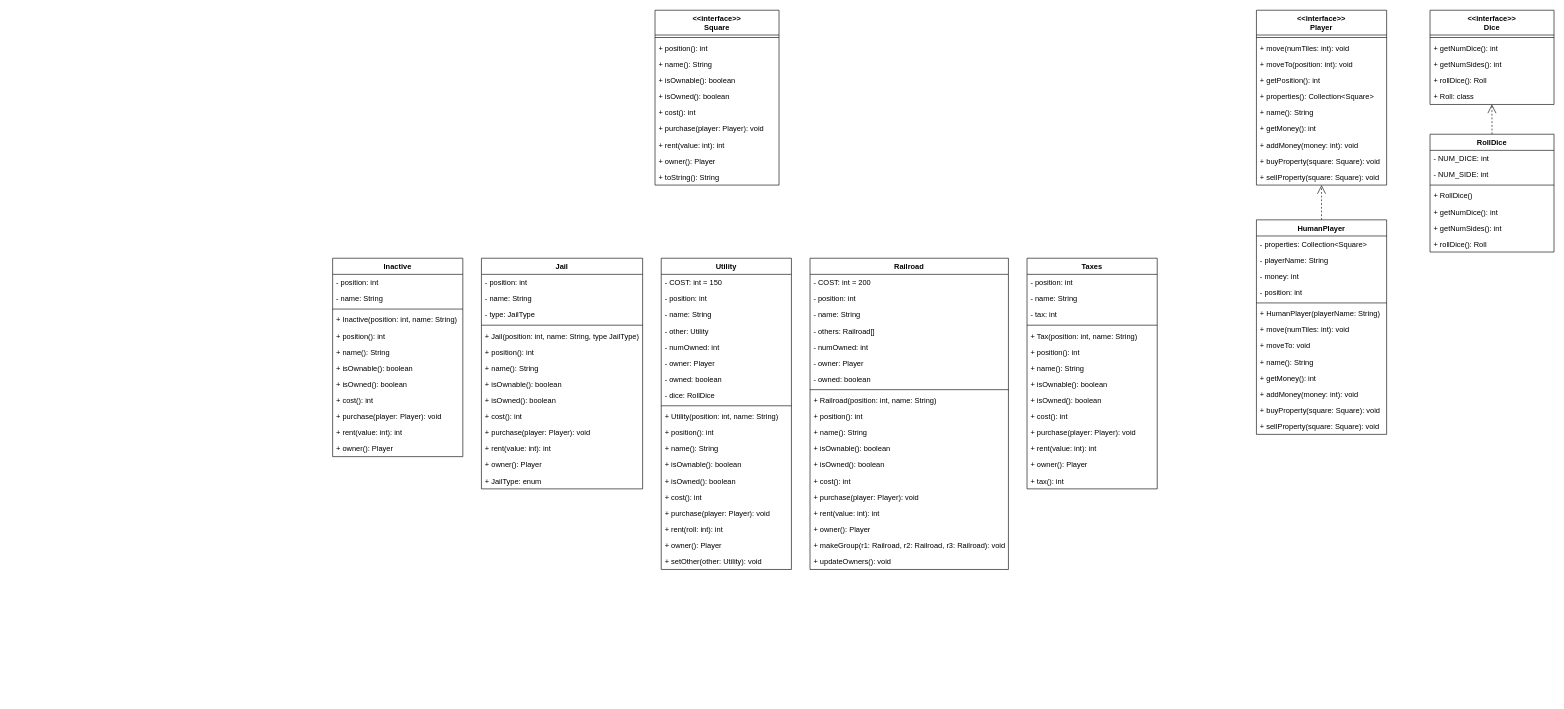
Above: M1_ClassUML.drawio in trong0dn/monopoly (draw.io), before the change. Source tidied: cells renumbered, new cells numbered last; positions are measured from the earlier drawing's top-left corner, leaving out a move shared by most shapes. Both pictures are drawn from the tidied source at 62%, with x=0, y=0 at pixel (332, 10).
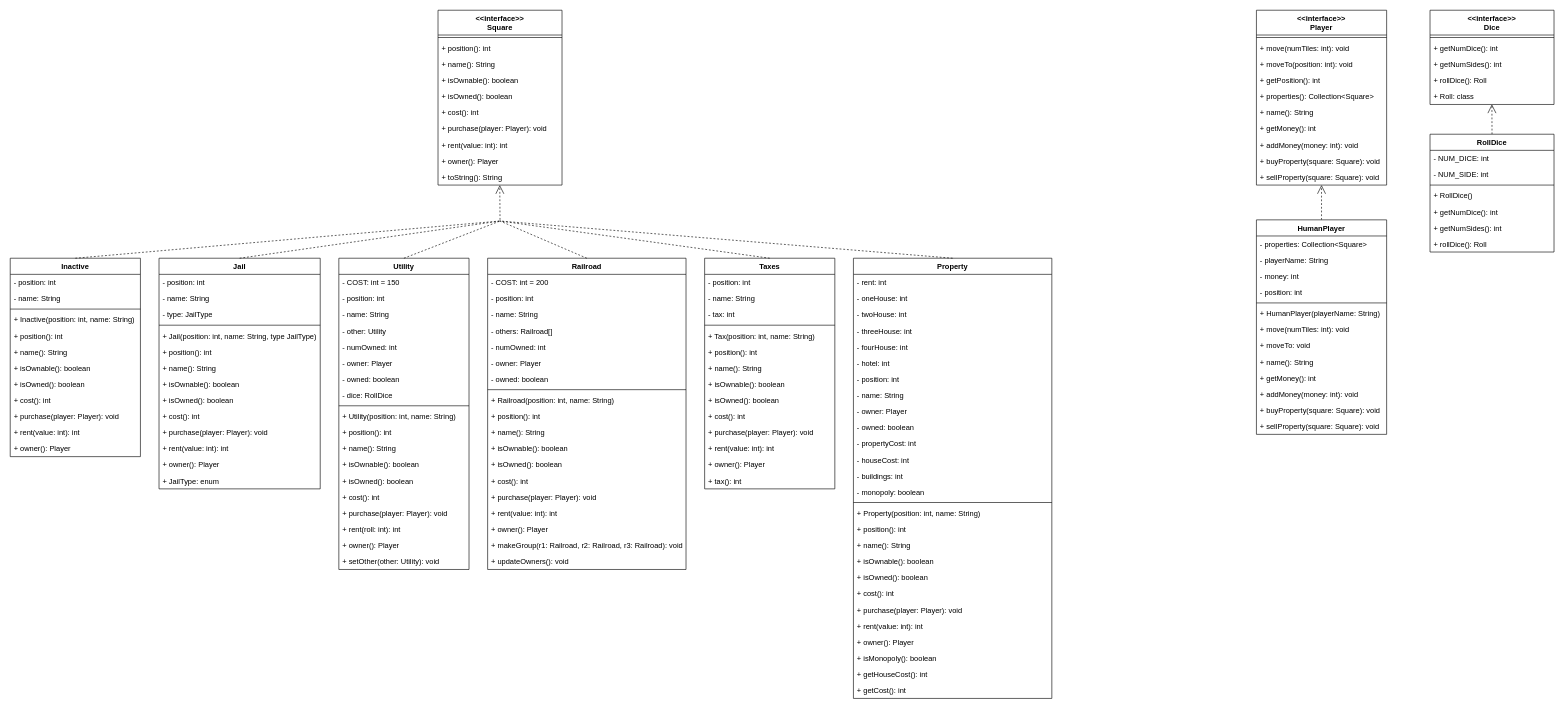
The same page after the edit.

Unchanged cells that the change refers to:
```xml
<mxCell id="7" value="+ isOwned(): boolean" style="text;strokeColor=none;fillColor=none;align=left;verticalAlign=top;spacingLeft=4;spacingRight=4;overflow=hidden;points=[[0,0.5],[1,0.5]];portConstraint=eastwest;" parent="2" vertex="1">
  <mxGeometry y="126" width="200" height="26" as="geometry" />
</mxCell>
<mxCell id="12" value="+ toString(): String" style="text;strokeColor=none;fillColor=none;align=left;verticalAlign=top;spacingLeft=4;spacingRight=4;overflow=hidden;points=[[0,0.5],[1,0.5]];portConstraint=eastwest;" parent="2" vertex="1">
  <mxGeometry y="256" width="200" height="26" as="geometry" />
</mxCell>
```

Diff of the diagram source:
```diff
@@
     <mxCell id="2" value="&lt;&lt;interface&gt;&gt;&#10;Square" style="swimlane;fontStyle=1;align=center;verticalAlign=top;horizontal=1;startSize=40;" parent="1" vertex="1">
-      <mxGeometry x="520" width="200" height="282" as="geometry" />
+      <mxGeometry x="170" width="200" height="282" as="geometry" />
     </mxCell>
@@
+    <mxCell id="137" style="edgeStyle=orthogonalEdgeStyle;rounded=0;orthogonalLoop=1;jettySize=auto;html=1;exitX=1;exitY=0.5;exitDx=0;exitDy=0;" parent="2" edge="1" source="7" target="7">
+      <mxGeometry relative="1" as="geometry" />
+    </mxCell>
@@
     <mxCell id="54" value="Inactive" style="swimlane;fontStyle=1;align=center;verticalAlign=top;horizontal=1;startSize=26;" parent="1" vertex="1">
-      <mxGeometry y="400" width="210" height="320" as="geometry" />
+      <mxGeometry x="-520" y="400" width="210" height="320" as="geometry" />
     </mxCell>
@@
     <mxCell id="67" value="Utility" style="swimlane;fontStyle=1;align=center;verticalAlign=top;horizontal=1;startSize=26;" parent="1" vertex="1">
-      <mxGeometry x="530" y="400" width="210" height="502" as="geometry" />
+      <mxGeometry x="10" y="400" width="210" height="502" as="geometry" />
     </mxCell>
@@
     <mxCell id="87" value="Taxes" style="swimlane;fontStyle=1;align=center;verticalAlign=top;horizontal=1;startSize=26;" parent="1" vertex="1">
-      <mxGeometry x="1120" y="400" width="210" height="372" as="geometry" />
+      <mxGeometry x="600" y="400" width="210" height="372" as="geometry" />
     </mxCell>
@@
     <mxCell id="102" value="Railroad" style="swimlane;fontStyle=1;align=center;verticalAlign=top;horizontal=1;startSize=26;" parent="1" vertex="1">
-      <mxGeometry x="770" y="400" width="320" height="502" as="geometry" />
+      <mxGeometry x="250" y="400" width="320" height="502" as="geometry" />
     </mxCell>
@@
     <mxCell id="122" value="Jail" style="swimlane;fontStyle=1;align=center;verticalAlign=top;horizontal=1;startSize=26;" parent="1" vertex="1">
-      <mxGeometry x="240" y="400" width="260" height="372" as="geometry" />
+      <mxGeometry x="-280" y="400" width="260" height="372" as="geometry" />
     </mxCell>
@@
+    <mxCell id="138" style="endArrow=open;endSize=12;dashed=1;html=1;rounded=0;entryX=0.498;entryY=1.001;entryDx=0;entryDy=0;entryPerimeter=0;" parent="1" edge="1" target="12">
+      <mxGeometry relative="1" as="geometry">
+        <mxPoint x="270" y="338" as="sourcePoint" />
+      </mxGeometry>
+    </mxCell>
+    <mxCell id="139" style="endArrow=none;dashed=1;html=1;rounded=0;exitX=0.5;exitY=0;exitDx=0;exitDy=0;" parent="1" edge="1" source="122">
+      <mxGeometry relative="1" as="geometry">
+        <mxPoint x="270" y="340" as="targetPoint" />
+      </mxGeometry>
+    </mxCell>
+    <mxCell id="140" style="endArrow=none;dashed=1;html=1;rounded=0;exitX=0.5;exitY=0;exitDx=0;exitDy=0;" parent="1" edge="1" source="67">
+      <mxGeometry relative="1" as="geometry">
+        <mxPoint x="270" y="340" as="targetPoint" />
+      </mxGeometry>
+    </mxCell>
+    <mxCell id="141" style="endArrow=none;dashed=1;html=1;rounded=0;exitX=0.5;exitY=0;exitDx=0;exitDy=0;" parent="1" edge="1" source="102">
+      <mxGeometry relative="1" as="geometry">
+        <mxPoint x="270" y="340" as="targetPoint" />
+      </mxGeometry>
+    </mxCell>
+    <mxCell id="142" style="endArrow=none;dashed=1;html=1;rounded=0;exitX=0.5;exitY=0;exitDx=0;exitDy=0;" parent="1" edge="1" source="87">
+      <mxGeometry relative="1" as="geometry">
+        <mxPoint x="270" y="340" as="targetPoint" />
+      </mxGeometry>
+    </mxCell>
+    <mxCell id="143" style="endArrow=none;dashed=1;html=1;rounded=0;exitX=0.5;exitY=0;exitDx=0;exitDy=0;" parent="1" edge="1" source="54">
+      <mxGeometry relative="1" as="geometry">
+        <mxPoint x="270" y="340" as="targetPoint" />
+      </mxGeometry>
+    </mxCell>
+    <mxCell id="144" value="Property" style="swimlane;fontStyle=1;align=center;verticalAlign=top;horizontal=1;startSize=26;" parent="1" vertex="1">
+      <mxGeometry x="840" y="400" width="320" height="710" as="geometry" />
+    </mxCell>
+    <mxCell id="145" value="- rent: int" style="text;strokeColor=none;fillColor=none;align=left;verticalAlign=top;spacingLeft=4;spacingRight=4;overflow=hidden;" parent="144" vertex="1">
+      <mxGeometry y="26" width="320" height="26" as="geometry" />
+    </mxCell>
+    <mxCell id="146" value="- oneHouse: int" style="text;strokeColor=none;fillColor=none;align=left;verticalAlign=top;spacingLeft=4;spacingRight=4;overflow=hidden;" parent="144" vertex="1">
+      <mxGeometry y="52" width="320" height="26" as="geometry" />
+    </mxCell>
+    <mxCell id="147" value="- twoHouse: int" style="text;strokeColor=none;fillColor=none;align=left;verticalAlign=top;spacingLeft=4;spacingRight=4;overflow=hidden;" parent="144" vertex="1">
+      <mxGeometry y="78" width="320" height="26" as="geometry" />
+    </mxCell>
+    <mxCell id="148" value="- threeHouse: int" style="text;strokeColor=none;fillColor=none;align=left;verticalAlign=top;spacingLeft=4;spacingRight=4;overflow=hidden;" parent="144" vertex="1">
+      <mxGeometry y="104" width="320" height="26" as="geometry" />
+    </mxCell>
+    <mxCell id="149" value="- fourHouse: int" style="text;strokeColor=none;fillColor=none;align=left;verticalAlign=top;spacingLeft=4;spacingRight=4;overflow=hidden;" parent="144" vertex="1">
+      <mxGeometry y="130" width="320" height="26" as="geometry" />
+    </mxCell>
+    <mxCell id="150" value="- hotel: int" style="text;strokeColor=none;fillColor=none;align=left;verticalAlign=top;spacingLeft=4;spacingRight=4;overflow=hidden;" parent="144" vertex="1">
+      <mxGeometry y="156" width="320" height="26" as="geometry" />
+    </mxCell>
+    <mxCell id="151" value="- position: int" style="text;strokeColor=none;fillColor=none;align=left;verticalAlign=top;spacingLeft=4;spacingRight=4;overflow=hidden;" parent="144" vertex="1">
+      <mxGeometry y="182" width="320" height="26" as="geometry" />
+    </mxCell>
+    <mxCell id="152" value="- name: String" style="text;strokeColor=none;fillColor=none;align=left;verticalAlign=top;spacingLeft=4;spacingRight=4;overflow=hidden;" parent="144" vertex="1">
+      <mxGeometry y="208" width="320" height="26" as="geometry" />
+    </mxCell>
+    <mxCell id="153" value="- owner: Player" style="text;strokeColor=none;fillColor=none;align=left;verticalAlign=top;spacingLeft=4;spacingRight=4;overflow=hidden;" parent="144" vertex="1">
+      <mxGeometry y="234" width="320" height="26" as="geometry" />
+    </mxCell>
+    <mxCell id="154" value="- owned: boolean" style="text;strokeColor=none;fillColor=none;align=left;verticalAlign=top;spacingLeft=4;spacingRight=4;overflow=hidden;" parent="144" vertex="1">
+      <mxGeometry y="260" width="320" height="26" as="geometry" />
+    </mxCell>
+    <mxCell id="155" value="- propertyCost: int" style="text;strokeColor=none;fillColor=none;align=left;verticalAlign=top;spacingLeft=4;spacingRight=4;overflow=hidden;" parent="144" vertex="1">
+      <mxGeometry y="286" width="320" height="26" as="geometry" />
+    </mxCell>
+    <mxCell id="156" value="- houseCost: int" style="text;strokeColor=none;fillColor=none;align=left;verticalAlign=top;spacingLeft=4;spacingRight=4;overflow=hidden;" parent="144" vertex="1">
+      <mxGeometry y="312" width="320" height="26" as="geometry" />
+    </mxCell>
+    <mxCell id="157" value="- buildings: int" style="text;strokeColor=none;fillColor=none;align=left;verticalAlign=top;spacingLeft=4;spacingRight=4;overflow=hidden;" parent="144" vertex="1">
+      <mxGeometry y="338" width="320" height="26" as="geometry" />
+    </mxCell>
+    <mxCell id="158" value="- monopoly: boolean" style="text;strokeColor=none;fillColor=none;align=left;verticalAlign=top;spacingLeft=4;spacingRight=4;overflow=hidden;" parent="144" vertex="1">
+      <mxGeometry y="364" width="320" height="26" as="geometry" />
+    </mxCell>
+    <mxCell id="159" style="line;strokeWidth=1;fillColor=none;align=left;verticalAlign=middle;spacingTop=-1;spacingLeft=3;spacingRight=3;labelPosition=right;" parent="144" vertex="1">
+      <mxGeometry y="390" width="320" height="8" as="geometry" />
+    </mxCell>
+    <mxCell id="160" value="+ Property(position: int, name: String)" style="text;strokeColor=none;fillColor=none;align=left;verticalAlign=top;spacingLeft=4;spacingRight=4;overflow=hidden;" parent="144" vertex="1">
+      <mxGeometry y="398" width="320" height="26" as="geometry" />
+    </mxCell>
+    <mxCell id="161" value="+ position(): int" style="text;strokeColor=none;fillColor=none;align=left;verticalAlign=top;spacingLeft=4;spacingRight=4;overflow=hidden;" parent="144" vertex="1">
+      <mxGeometry y="424" width="320" height="26" as="geometry" />
+    </mxCell>
+    <mxCell id="162" value="+ name(): String" style="text;strokeColor=none;fillColor=none;align=left;verticalAlign=top;spacingLeft=4;spacingRight=4;overflow=hidden;" parent="144" vertex="1">
+      <mxGeometry y="450" width="320" height="26" as="geometry" />
+    </mxCell>
+    <mxCell id="163" value="+ isOwnable(): boolean" style="text;strokeColor=none;fillColor=none;align=left;verticalAlign=top;spacingLeft=4;spacingRight=4;overflow=hidden;" parent="144" vertex="1">
+      <mxGeometry y="476" width="320" height="26" as="geometry" />
+    </mxCell>
+    <mxCell id="164" value="+ isOwned(): boolean " style="text;strokeColor=none;fillColor=none;align=left;verticalAlign=top;spacingLeft=4;spacingRight=4;overflow=hidden;" parent="144" vertex="1">
+      <mxGeometry y="502" width="320" height="26" as="geometry" />
+    </mxCell>
+    <mxCell id="165" value="+ cost(): int" style="text;strokeColor=none;fillColor=none;align=left;verticalAlign=top;spacingLeft=4;spacingRight=4;overflow=hidden;" parent="144" vertex="1">
+      <mxGeometry y="528" width="320" height="26" as="geometry" />
+    </mxCell>
+    <mxCell id="166" value="+ purchase(player: Player): void" style="text;strokeColor=none;fillColor=none;align=left;verticalAlign=top;spacingLeft=4;spacingRight=4;overflow=hidden;" parent="144" vertex="1">
+      <mxGeometry y="554" width="320" height="26" as="geometry" />
+    </mxCell>
+    <mxCell id="167" value="+ rent(value: int): int" style="text;strokeColor=none;fillColor=none;align=left;verticalAlign=top;spacingLeft=4;spacingRight=4;overflow=hidden;" parent="144" vertex="1">
+      <mxGeometry y="580" width="320" height="26" as="geometry" />
+    </mxCell>
+    <mxCell id="168" value="+ owner(): Player" style="text;strokeColor=none;fillColor=none;align=left;verticalAlign=top;spacingLeft=4;spacingRight=4;overflow=hidden;" parent="144" vertex="1">
+      <mxGeometry y="606" width="320" height="26" as="geometry" />
+    </mxCell>
+    <mxCell id="169" value="+ isMonopoly(): boolean" style="text;strokeColor=none;fillColor=none;align=left;verticalAlign=top;spacingLeft=4;spacingRight=4;overflow=hidden;" parent="144" vertex="1">
+      <mxGeometry y="632" width="320" height="26" as="geometry" />
+    </mxCell>
+    <mxCell id="170" value="+ getHouseCost(): int" style="text;strokeColor=none;fillColor=none;align=left;verticalAlign=top;spacingLeft=4;spacingRight=4;overflow=hidden;" parent="144" vertex="1">
+      <mxGeometry y="658" width="320" height="26" as="geometry" />
+    </mxCell>
+    <mxCell id="171" value="+ getCost(): int" style="text;strokeColor=none;fillColor=none;align=left;verticalAlign=top;spacingLeft=4;spacingRight=4;overflow=hidden;" parent="144" vertex="1">
+      <mxGeometry y="684" width="320" height="26" as="geometry" />
+    </mxCell>
+    <mxCell id="172" style="endArrow=none;dashed=1;html=1;rounded=0;exitX=0.5;exitY=0;exitDx=0;exitDy=0;" parent="1" edge="1" source="144">
+      <mxGeometry relative="1" as="geometry">
+        <mxPoint x="270" y="340" as="targetPoint" />
+      </mxGeometry>
+    </mxCell>
```
